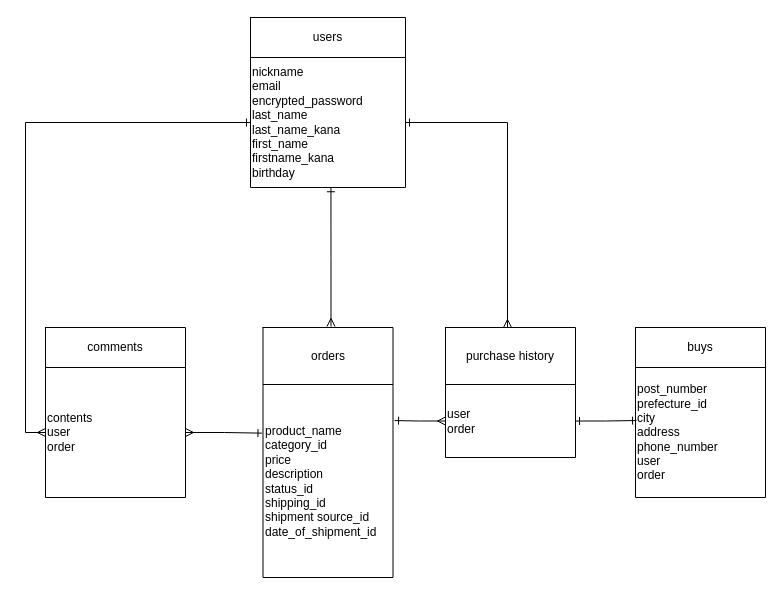
Above: frima.dio in sonolilis/frima-31938 (draw.io), before the change. Source tidied: cells renumbered, new cells numbered last; positions are measured from the earlier drawing's top-left corner, leaving out a move shared by most shapes. Both pictures are drawn from the tidied source at 100%, with x=0, y=0 at pixel (45, 17).
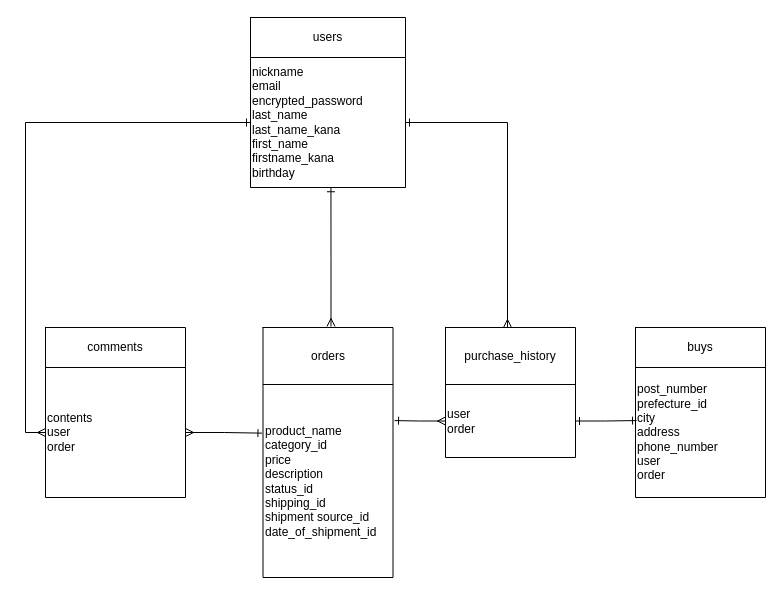
After the change.

Commit message (it also covers changes not shown here):
EU図とREADMEの修正3

The change refers to these unchanged cells:
```xml
<mxCell id="26" style="shape=partialRectangle;html=1;whiteSpace=wrap;fillColor=none;top=0;left=0;bottom=0;right=0;points=[[0,0.5],[1,0.5]];portConstraint=eastwest;" parent="25" vertex="1">
  <mxGeometry width="130" height="57" as="geometry" />
</mxCell>
```

Diff of the diagram source:
```diff
@@
-    <mxCell id="27" value="purchase history" style="shape=partialRectangle;html=1;whiteSpace=wrap;overflow=hidden;fillColor=none;top=0;left=0;bottom=0;right=0;" parent="26" vertex="1">
+    <mxCell id="27" value="purchase_history" style="shape=partialRectangle;html=1;whiteSpace=wrap;overflow=hidden;fillColor=none;top=0;left=0;bottom=0;right=0;" parent="26" vertex="1">
       <mxGeometry width="130" height="57" as="geometry" />
     </mxCell>
```
